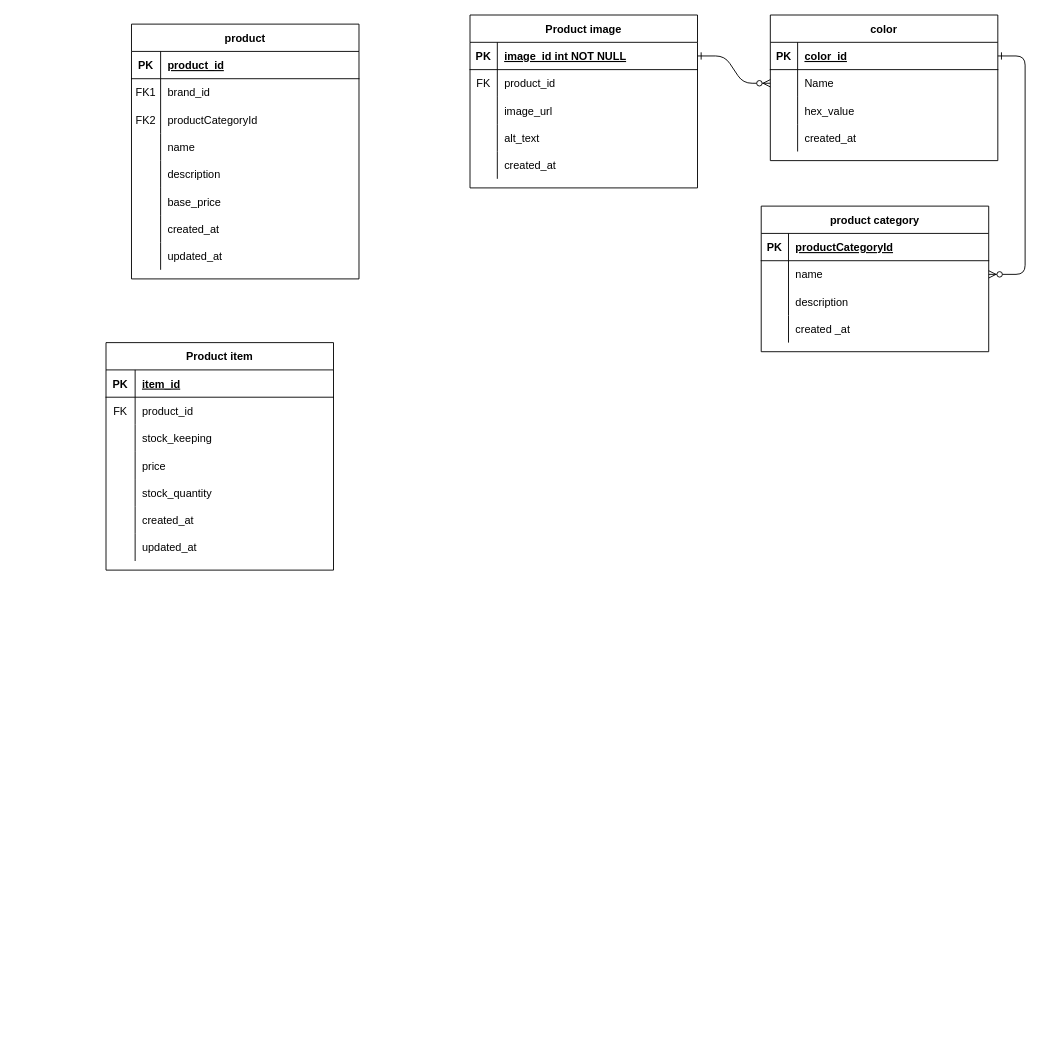
Above: ERD E-Coomerce Group work.drawio in Joy-kitet/E-commerceDatabaseGroup244 (draw.io), before the change. Source tidied: cells renumbered, new cells numbered last; positions are measured from the earlier drawing's top-left corner, leaving out a move shared by most shapes. Both pictures are drawn from the tidied source at 91%, with x=0, y=0 at pixel (106, 15).
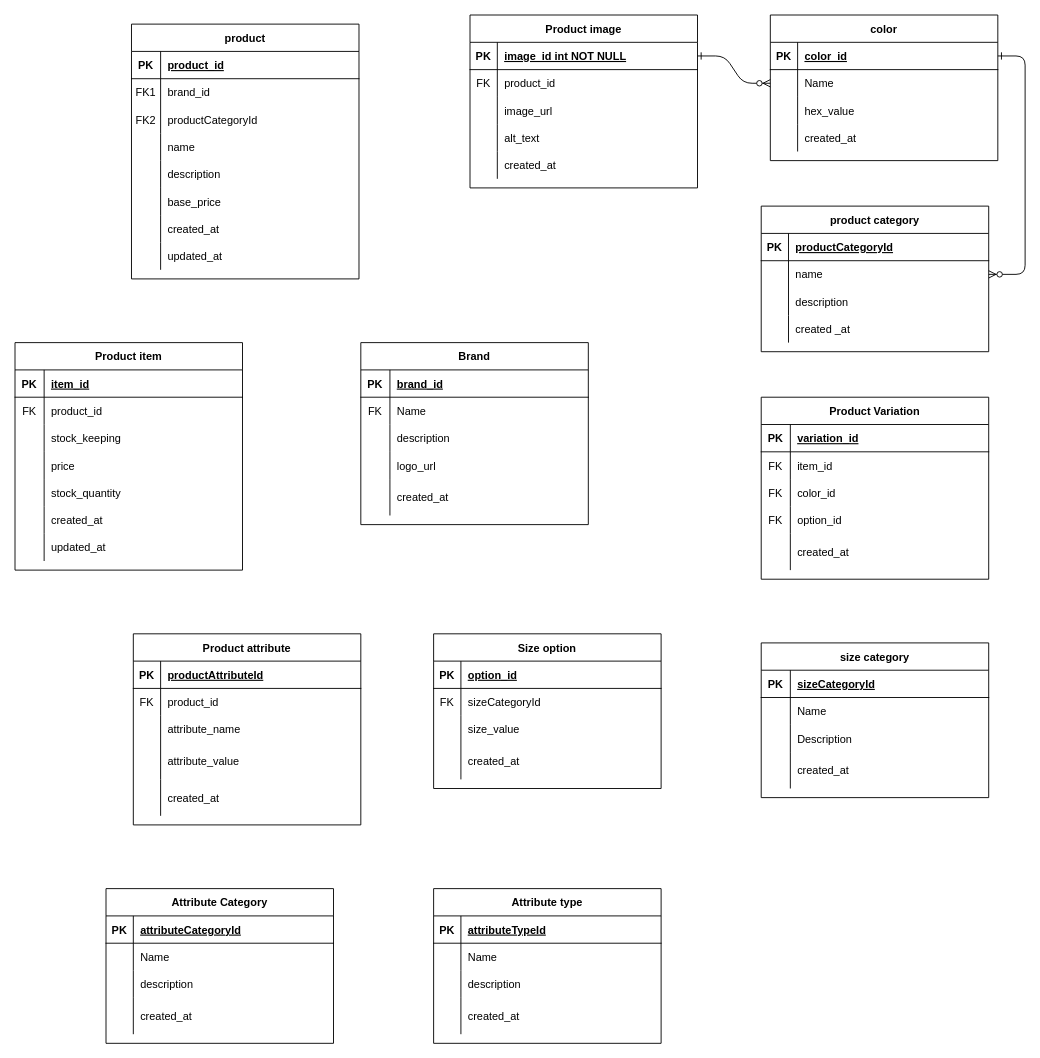
Above is the later version.

The edit, as a diff of the source:
```diff
@@
     <mxCell id="71" value="Product item" style="shape=table;startSize=30;childLayout=tableLayout;rowLines=0;fontStyle=1;align=center;" parent="1" vertex="1">
-      <mxGeometry y="360" width="250" height="250" as="geometry" />
+      <mxGeometry x="-100" y="360" width="250" height="250" as="geometry" />
     </mxCell>
@@
+    <mxCell id="93" value="Brand" style="shape=table;startSize=30;childLayout=tableLayout;rowLines=0;fontStyle=1;align=center;" parent="1" vertex="1">
+      <mxGeometry x="280" y="360" width="250" height="200" as="geometry" />
+    </mxCell>
+    <mxCell id="94" style="shape=partialRectangle;fillColor=none;top=0;left=0;right=0;bottom=1;" parent="93" vertex="1">
+      <mxGeometry y="30" width="250" height="30" as="geometry" />
+    </mxCell>
+    <mxCell id="95" value="PK" style="shape=partialRectangle;overflow=hidden;fillColor=none;top=0;left=0;bottom=0;right=0;fontStyle=1;" parent="94" vertex="1">
+      <mxGeometry width="32" height="30" as="geometry" />
+    </mxCell>
+    <mxCell id="96" value="brand_id" style="shape=partialRectangle;overflow=hidden;fillColor=none;top=0;left=0;bottom=0;right=0;align=left;spacingLeft=6;fontStyle=5;" parent="94" vertex="1">
+      <mxGeometry x="32" width="218" height="30" as="geometry" />
+    </mxCell>
+    <mxCell id="97" style="shape=partialRectangle;fillColor=none;top=0;left=0;right=0;bottom=0;" parent="93" vertex="1">
+      <mxGeometry y="60" width="250" height="30" as="geometry" />
+    </mxCell>
+    <mxCell id="98" value="FK" style="shape=partialRectangle;overflow=hidden;fillColor=none;top=0;left=0;bottom=0;right=0;" parent="97" vertex="1">
+      <mxGeometry width="32" height="30" as="geometry" />
+    </mxCell>
+    <mxCell id="99" value="Name" style="shape=partialRectangle;overflow=hidden;fillColor=none;top=0;left=0;bottom=0;right=0;align=left;spacingLeft=6;" parent="97" vertex="1">
+      <mxGeometry x="32" width="218" height="30" as="geometry" />
+    </mxCell>
+    <mxCell id="100" style="shape=partialRectangle;fillColor=none;top=0;left=0;right=0;bottom=0;" parent="93" vertex="1">
+      <mxGeometry y="90" width="250" height="30" as="geometry" />
+    </mxCell>
+    <mxCell id="101" style="shape=partialRectangle;overflow=hidden;fillColor=none;top=0;left=0;bottom=0;right=0;" parent="100" vertex="1">
+      <mxGeometry width="32" height="30" as="geometry" />
+    </mxCell>
+    <mxCell id="102" value="description" style="shape=partialRectangle;overflow=hidden;fillColor=none;top=0;left=0;bottom=0;right=0;align=left;spacingLeft=6;" parent="100" vertex="1">
+      <mxGeometry x="32" width="218" height="30" as="geometry" />
+    </mxCell>
+    <mxCell id="103" style="shape=partialRectangle;fillColor=none;top=0;left=0;right=0;bottom=0;" parent="93" vertex="1">
+      <mxGeometry y="120" width="250" height="30" as="geometry" />
+    </mxCell>
+    <mxCell id="104" style="shape=partialRectangle;overflow=hidden;fillColor=none;top=0;left=0;bottom=0;right=0;" parent="103" vertex="1">
+      <mxGeometry width="32" height="30" as="geometry" />
+    </mxCell>
+    <mxCell id="105" value="logo_url" style="shape=partialRectangle;overflow=hidden;fillColor=none;top=0;left=0;bottom=0;right=0;align=left;spacingLeft=6;" parent="103" vertex="1">
+      <mxGeometry x="32" width="218" height="30" as="geometry" />
+    </mxCell>
+    <mxCell id="106" style="shape=partialRectangle;fillColor=none;top=0;left=0;right=0;bottom=0;" parent="93" vertex="1">
+      <mxGeometry y="150" width="250" height="40" as="geometry" />
+    </mxCell>
+    <mxCell id="107" style="shape=partialRectangle;overflow=hidden;fillColor=none;top=0;left=0;bottom=0;right=0;" parent="106" vertex="1">
+      <mxGeometry width="32" height="40" as="geometry" />
+    </mxCell>
+    <mxCell id="108" value="created_at" style="shape=partialRectangle;overflow=hidden;fillColor=none;top=0;left=0;bottom=0;right=0;align=left;spacingLeft=6;" parent="106" vertex="1">
+      <mxGeometry x="32" width="218" height="40" as="geometry" />
+    </mxCell>
+    <mxCell id="109" value="Product Variation" style="shape=table;startSize=30;childLayout=tableLayout;rowLines=0;fontStyle=1;align=center;" parent="1" vertex="1">
+      <mxGeometry x="720" y="420" width="250" height="200" as="geometry" />
+    </mxCell>
+    <mxCell id="110" style="shape=partialRectangle;fillColor=none;top=0;left=0;right=0;bottom=1;" parent="109" vertex="1">
+      <mxGeometry y="30" width="250" height="30" as="geometry" />
+    </mxCell>
+    <mxCell id="111" value="PK" style="shape=partialRectangle;overflow=hidden;fillColor=none;top=0;left=0;bottom=0;right=0;fontStyle=1;" parent="110" vertex="1">
+      <mxGeometry width="32" height="30" as="geometry" />
+    </mxCell>
+    <mxCell id="112" value="variation_id" style="shape=partialRectangle;overflow=hidden;fillColor=none;top=0;left=0;bottom=0;right=0;align=left;spacingLeft=6;fontStyle=5;" parent="110" vertex="1">
+      <mxGeometry x="32" width="218" height="30" as="geometry" />
+    </mxCell>
+    <mxCell id="113" style="shape=partialRectangle;fillColor=none;top=0;left=0;right=0;bottom=0;" parent="109" vertex="1">
+      <mxGeometry y="60" width="250" height="30" as="geometry" />
+    </mxCell>
+    <mxCell id="114" value="FK" style="shape=partialRectangle;overflow=hidden;fillColor=none;top=0;left=0;bottom=0;right=0;" parent="113" vertex="1">
+      <mxGeometry width="32" height="30" as="geometry" />
+    </mxCell>
+    <mxCell id="115" value="item_id" style="shape=partialRectangle;overflow=hidden;fillColor=none;top=0;left=0;bottom=0;right=0;align=left;spacingLeft=6;" parent="113" vertex="1">
+      <mxGeometry x="32" width="218" height="30" as="geometry" />
+    </mxCell>
+    <mxCell id="116" style="shape=partialRectangle;fillColor=none;top=0;left=0;right=0;bottom=0;" parent="109" vertex="1">
+      <mxGeometry y="90" width="250" height="30" as="geometry" />
+    </mxCell>
+    <mxCell id="117" value="FK" style="shape=partialRectangle;overflow=hidden;fillColor=none;top=0;left=0;bottom=0;right=0;" parent="116" vertex="1">
+      <mxGeometry width="32" height="30" as="geometry" />
+    </mxCell>
+    <mxCell id="118" value="color_id" style="shape=partialRectangle;overflow=hidden;fillColor=none;top=0;left=0;bottom=0;right=0;align=left;spacingLeft=6;" parent="116" vertex="1">
+      <mxGeometry x="32" width="218" height="30" as="geometry" />
+    </mxCell>
+    <mxCell id="119" style="shape=partialRectangle;fillColor=none;top=0;left=0;right=0;bottom=0;" parent="109" vertex="1">
+      <mxGeometry y="120" width="250" height="30" as="geometry" />
+    </mxCell>
+    <mxCell id="120" value="FK" style="shape=partialRectangle;overflow=hidden;fillColor=none;top=0;left=0;bottom=0;right=0;" parent="119" vertex="1">
+      <mxGeometry width="32" height="30" as="geometry" />
+    </mxCell>
+    <mxCell id="121" value="option_id" style="shape=partialRectangle;overflow=hidden;fillColor=none;top=0;left=0;bottom=0;right=0;align=left;spacingLeft=6;" parent="119" vertex="1">
+      <mxGeometry x="32" width="218" height="30" as="geometry" />
+    </mxCell>
+    <mxCell id="122" style="shape=partialRectangle;fillColor=none;top=0;left=0;right=0;bottom=0;" parent="109" vertex="1">
+      <mxGeometry y="150" width="250" height="40" as="geometry" />
+    </mxCell>
+    <mxCell id="123" style="shape=partialRectangle;overflow=hidden;fillColor=none;top=0;left=0;bottom=0;right=0;" parent="122" vertex="1">
+      <mxGeometry width="32" height="40" as="geometry" />
+    </mxCell>
+    <mxCell id="124" value="created_at" style="shape=partialRectangle;overflow=hidden;fillColor=none;top=0;left=0;bottom=0;right=0;align=left;spacingLeft=6;" parent="122" vertex="1">
+      <mxGeometry x="32" width="218" height="40" as="geometry" />
+    </mxCell>
+    <mxCell id="125" value="size category" style="shape=table;startSize=30;childLayout=tableLayout;rowLines=0;fontStyle=1;align=center;" parent="1" vertex="1">
+      <mxGeometry x="720" y="690" width="250" height="170" as="geometry" />
+    </mxCell>
+    <mxCell id="126" style="shape=partialRectangle;fillColor=none;top=0;left=0;right=0;bottom=1;" parent="125" vertex="1">
+      <mxGeometry y="30" width="250" height="30" as="geometry" />
+    </mxCell>
+    <mxCell id="127" value="PK" style="shape=partialRectangle;overflow=hidden;fillColor=none;top=0;left=0;bottom=0;right=0;fontStyle=1;" parent="126" vertex="1">
+      <mxGeometry width="32" height="30" as="geometry" />
+    </mxCell>
+    <mxCell id="128" value="sizeCategoryId" style="shape=partialRectangle;overflow=hidden;fillColor=none;top=0;left=0;bottom=0;right=0;align=left;spacingLeft=6;fontStyle=5;" parent="126" vertex="1">
+      <mxGeometry x="32" width="218" height="30" as="geometry" />
+    </mxCell>
+    <mxCell id="129" style="shape=partialRectangle;fillColor=none;top=0;left=0;right=0;bottom=0;" parent="125" vertex="1">
+      <mxGeometry y="60" width="250" height="30" as="geometry" />
+    </mxCell>
+    <mxCell id="130" style="shape=partialRectangle;overflow=hidden;fillColor=none;top=0;left=0;bottom=0;right=0;" parent="129" vertex="1">
+      <mxGeometry width="32" height="30" as="geometry" />
+    </mxCell>
+    <mxCell id="131" value="Name" style="shape=partialRectangle;overflow=hidden;fillColor=none;top=0;left=0;bottom=0;right=0;align=left;spacingLeft=6;" parent="129" vertex="1">
+      <mxGeometry x="32" width="218" height="30" as="geometry" />
+    </mxCell>
+    <mxCell id="132" style="shape=partialRectangle;fillColor=none;top=0;left=0;right=0;bottom=0;" parent="125" vertex="1">
+      <mxGeometry y="90" width="250" height="30" as="geometry" />
+    </mxCell>
+    <mxCell id="133" style="shape=partialRectangle;overflow=hidden;fillColor=none;top=0;left=0;bottom=0;right=0;" parent="132" vertex="1">
+      <mxGeometry width="32" height="30" as="geometry" />
+    </mxCell>
+    <mxCell id="134" value="Description" style="shape=partialRectangle;overflow=hidden;fillColor=none;top=0;left=0;bottom=0;right=0;align=left;spacingLeft=6;" parent="132" vertex="1">
+      <mxGeometry x="32" width="218" height="30" as="geometry" />
+    </mxCell>
+    <mxCell id="135" style="shape=partialRectangle;fillColor=none;top=0;left=0;right=0;bottom=0;" parent="125" vertex="1">
+      <mxGeometry y="120" width="250" height="40" as="geometry" />
+    </mxCell>
+    <mxCell id="136" style="shape=partialRectangle;overflow=hidden;fillColor=none;top=0;left=0;bottom=0;right=0;" parent="135" vertex="1">
+      <mxGeometry width="32" height="40" as="geometry" />
+    </mxCell>
+    <mxCell id="137" value="created_at" style="shape=partialRectangle;overflow=hidden;fillColor=none;top=0;left=0;bottom=0;right=0;align=left;spacingLeft=6;" parent="135" vertex="1">
+      <mxGeometry x="32" width="218" height="40" as="geometry" />
+    </mxCell>
+    <mxCell id="138" value="Size option" style="shape=table;startSize=30;childLayout=tableLayout;rowLines=0;fontStyle=1;align=center;" parent="1" vertex="1">
+      <mxGeometry x="360" y="680" width="250" height="170" as="geometry" />
+    </mxCell>
+    <mxCell id="139" style="shape=partialRectangle;fillColor=none;top=0;left=0;right=0;bottom=1;" parent="138" vertex="1">
+      <mxGeometry y="30" width="250" height="30" as="geometry" />
+    </mxCell>
+    <mxCell id="140" value="PK" style="shape=partialRectangle;overflow=hidden;fillColor=none;top=0;left=0;bottom=0;right=0;fontStyle=1;" parent="139" vertex="1">
+      <mxGeometry width="30" height="30" as="geometry" />
+    </mxCell>
+    <mxCell id="141" value="option_id" style="shape=partialRectangle;overflow=hidden;fillColor=none;top=0;left=0;bottom=0;right=0;align=left;spacingLeft=6;fontStyle=5;" parent="139" vertex="1">
+      <mxGeometry x="30" width="220" height="30" as="geometry" />
+    </mxCell>
+    <mxCell id="142" style="shape=partialRectangle;fillColor=none;top=0;left=0;right=0;bottom=0;" parent="138" vertex="1">
+      <mxGeometry y="60" width="250" height="30" as="geometry" />
+    </mxCell>
+    <mxCell id="143" value="FK" style="shape=partialRectangle;overflow=hidden;fillColor=none;top=0;left=0;bottom=0;right=0;" parent="142" vertex="1">
+      <mxGeometry width="30" height="30" as="geometry" />
+    </mxCell>
+    <mxCell id="144" value="sizeCategoryId" style="shape=partialRectangle;overflow=hidden;fillColor=none;top=0;left=0;bottom=0;right=0;align=left;spacingLeft=6;" parent="142" vertex="1">
+      <mxGeometry x="30" width="220" height="30" as="geometry" />
+    </mxCell>
+    <mxCell id="145" style="shape=partialRectangle;fillColor=none;top=0;left=0;right=0;bottom=0;" parent="138" vertex="1">
+      <mxGeometry y="90" width="250" height="30" as="geometry" />
+    </mxCell>
+    <mxCell id="146" style="shape=partialRectangle;overflow=hidden;fillColor=none;top=0;left=0;bottom=0;right=0;" parent="145" vertex="1">
+      <mxGeometry width="30" height="30" as="geometry" />
+    </mxCell>
+    <mxCell id="147" value="size_value" style="shape=partialRectangle;overflow=hidden;fillColor=none;top=0;left=0;bottom=0;right=0;align=left;spacingLeft=6;" parent="145" vertex="1">
+      <mxGeometry x="30" width="220" height="30" as="geometry" />
+    </mxCell>
+    <mxCell id="148" style="shape=partialRectangle;fillColor=none;top=0;left=0;right=0;bottom=0;" parent="138" vertex="1">
+      <mxGeometry y="120" width="250" height="40" as="geometry" />
+    </mxCell>
+    <mxCell id="149" style="shape=partialRectangle;overflow=hidden;fillColor=none;top=0;left=0;bottom=0;right=0;" parent="148" vertex="1">
+      <mxGeometry width="30" height="40" as="geometry" />
+    </mxCell>
+    <mxCell id="150" value="created_at" style="shape=partialRectangle;overflow=hidden;fillColor=none;top=0;left=0;bottom=0;right=0;align=left;spacingLeft=6;" parent="148" vertex="1">
+      <mxGeometry x="30" width="220" height="40" as="geometry" />
+    </mxCell>
+    <mxCell id="151" value="Product attribute" style="shape=table;startSize=30;childLayout=tableLayout;rowLines=0;fontStyle=1;align=center;" parent="1" vertex="1">
+      <mxGeometry x="30" y="680" width="250" height="210" as="geometry" />
+    </mxCell>
+    <mxCell id="152" style="shape=partialRectangle;fillColor=none;top=0;left=0;right=0;bottom=1;" parent="151" vertex="1">
+      <mxGeometry y="30" width="250" height="30" as="geometry" />
+    </mxCell>
+    <mxCell id="153" value="PK" style="shape=partialRectangle;overflow=hidden;fillColor=none;top=0;left=0;bottom=0;right=0;fontStyle=1;" parent="152" vertex="1">
+      <mxGeometry width="30" height="30" as="geometry" />
+    </mxCell>
+    <mxCell id="154" value="productAttributeId" style="shape=partialRectangle;overflow=hidden;fillColor=none;top=0;left=0;bottom=0;right=0;align=left;spacingLeft=6;fontStyle=5;" parent="152" vertex="1">
+      <mxGeometry x="30" width="220" height="30" as="geometry" />
+    </mxCell>
+    <mxCell id="155" style="shape=partialRectangle;fillColor=none;top=0;left=0;right=0;bottom=0;" parent="151" vertex="1">
+      <mxGeometry y="60" width="250" height="30" as="geometry" />
+    </mxCell>
+    <mxCell id="156" value="FK" style="shape=partialRectangle;overflow=hidden;fillColor=none;top=0;left=0;bottom=0;right=0;" parent="155" vertex="1">
+      <mxGeometry width="30" height="30" as="geometry" />
+    </mxCell>
+    <mxCell id="157" value="product_id" style="shape=partialRectangle;overflow=hidden;fillColor=none;top=0;left=0;bottom=0;right=0;align=left;spacingLeft=6;" parent="155" vertex="1">
+      <mxGeometry x="30" width="220" height="30" as="geometry" />
+    </mxCell>
+    <mxCell id="158" style="shape=partialRectangle;fillColor=none;top=0;left=0;right=0;bottom=0;" parent="151" vertex="1">
+      <mxGeometry y="90" width="250" height="30" as="geometry" />
+    </mxCell>
+    <mxCell id="159" style="shape=partialRectangle;overflow=hidden;fillColor=none;top=0;left=0;bottom=0;right=0;" parent="158" vertex="1">
+      <mxGeometry width="30" height="30" as="geometry" />
+    </mxCell>
+    <mxCell id="160" value="attribute_name" style="shape=partialRectangle;overflow=hidden;fillColor=none;top=0;left=0;bottom=0;right=0;align=left;spacingLeft=6;" parent="158" vertex="1">
+      <mxGeometry x="30" width="220" height="30" as="geometry" />
+    </mxCell>
+    <mxCell id="161" style="shape=partialRectangle;fillColor=none;top=0;left=0;right=0;bottom=0;" parent="151" vertex="1">
+      <mxGeometry y="120" width="250" height="40" as="geometry" />
+    </mxCell>
+    <mxCell id="162" style="shape=partialRectangle;overflow=hidden;fillColor=none;top=0;left=0;bottom=0;right=0;" parent="161" vertex="1">
+      <mxGeometry width="30" height="40" as="geometry" />
+    </mxCell>
+    <mxCell id="163" value="attribute_value" style="shape=partialRectangle;overflow=hidden;fillColor=none;top=0;left=0;bottom=0;right=0;align=left;spacingLeft=6;" parent="161" vertex="1">
+      <mxGeometry x="30" width="220" height="40" as="geometry" />
+    </mxCell>
+    <mxCell id="164" style="shape=partialRectangle;fillColor=none;top=0;left=0;right=0;bottom=0;" parent="151" vertex="1">
+      <mxGeometry y="160" width="250" height="40" as="geometry" />
+    </mxCell>
+    <mxCell id="165" style="shape=partialRectangle;overflow=hidden;fillColor=none;top=0;left=0;bottom=0;right=0;" parent="164" vertex="1">
+      <mxGeometry width="30" height="40" as="geometry" />
+    </mxCell>
+    <mxCell id="166" value="created_at" style="shape=partialRectangle;overflow=hidden;fillColor=none;top=0;left=0;bottom=0;right=0;align=left;spacingLeft=6;" parent="164" vertex="1">
+      <mxGeometry x="30" width="220" height="40" as="geometry" />
+    </mxCell>
+    <mxCell id="167" value="Attribute Category" style="shape=table;startSize=30;childLayout=tableLayout;rowLines=0;fontStyle=1;align=center;" parent="1" vertex="1">
+      <mxGeometry y="960" width="250" height="170" as="geometry" />
+    </mxCell>
+    <mxCell id="168" style="shape=partialRectangle;fillColor=none;top=0;left=0;right=0;bottom=1;" parent="167" vertex="1">
+      <mxGeometry y="30" width="250" height="30" as="geometry" />
+    </mxCell>
+    <mxCell id="169" value="PK" style="shape=partialRectangle;overflow=hidden;fillColor=none;top=0;left=0;bottom=0;right=0;fontStyle=1;" parent="168" vertex="1">
+      <mxGeometry width="30" height="30" as="geometry" />
+    </mxCell>
+    <mxCell id="170" value="attributeCategoryId" style="shape=partialRectangle;overflow=hidden;fillColor=none;top=0;left=0;bottom=0;right=0;align=left;spacingLeft=6;fontStyle=5;" parent="168" vertex="1">
+      <mxGeometry x="30" width="220" height="30" as="geometry" />
+    </mxCell>
+    <mxCell id="171" style="shape=partialRectangle;fillColor=none;top=0;left=0;right=0;bottom=0;" parent="167" vertex="1">
+      <mxGeometry y="60" width="250" height="30" as="geometry" />
+    </mxCell>
+    <mxCell id="172" style="shape=partialRectangle;overflow=hidden;fillColor=none;top=0;left=0;bottom=0;right=0;" parent="171" vertex="1">
+      <mxGeometry width="30" height="30" as="geometry" />
+    </mxCell>
+    <mxCell id="173" value="Name" style="shape=partialRectangle;overflow=hidden;fillColor=none;top=0;left=0;bottom=0;right=0;align=left;spacingLeft=6;" parent="171" vertex="1">
+      <mxGeometry x="30" width="220" height="30" as="geometry" />
+    </mxCell>
+    <mxCell id="174" style="shape=partialRectangle;fillColor=none;top=0;left=0;right=0;bottom=0;" parent="167" vertex="1">
+      <mxGeometry y="90" width="250" height="30" as="geometry" />
+    </mxCell>
+    <mxCell id="175" style="shape=partialRectangle;overflow=hidden;fillColor=none;top=0;left=0;bottom=0;right=0;" parent="174" vertex="1">
+      <mxGeometry width="30" height="30" as="geometry" />
+    </mxCell>
+    <mxCell id="176" value="description" style="shape=partialRectangle;overflow=hidden;fillColor=none;top=0;left=0;bottom=0;right=0;align=left;spacingLeft=6;" parent="174" vertex="1">
+      <mxGeometry x="30" width="220" height="30" as="geometry" />
+    </mxCell>
+    <mxCell id="177" style="shape=partialRectangle;fillColor=none;top=0;left=0;right=0;bottom=0;" parent="167" vertex="1">
+      <mxGeometry y="120" width="250" height="40" as="geometry" />
+    </mxCell>
+    <mxCell id="178" style="shape=partialRectangle;overflow=hidden;fillColor=none;top=0;left=0;bottom=0;right=0;" parent="177" vertex="1">
+      <mxGeometry width="30" height="40" as="geometry" />
+    </mxCell>
+    <mxCell id="179" value="created_at" style="shape=partialRectangle;overflow=hidden;fillColor=none;top=0;left=0;bottom=0;right=0;align=left;spacingLeft=6;" parent="177" vertex="1">
+      <mxGeometry x="30" width="220" height="40" as="geometry" />
+    </mxCell>
+    <mxCell id="180" value="Attribute type" style="shape=table;startSize=30;childLayout=tableLayout;rowLines=0;fontStyle=1;align=center;" parent="1" vertex="1">
+      <mxGeometry x="360" y="960" width="250" height="170" as="geometry" />
+    </mxCell>
+    <mxCell id="181" style="shape=partialRectangle;fillColor=none;top=0;left=0;right=0;bottom=1;" parent="180" vertex="1">
+      <mxGeometry y="30" width="250" height="30" as="geometry" />
+    </mxCell>
+    <mxCell id="182" value="PK" style="shape=partialRectangle;overflow=hidden;fillColor=none;top=0;left=0;bottom=0;right=0;fontStyle=1;" parent="181" vertex="1">
+      <mxGeometry width="30" height="30" as="geometry" />
+    </mxCell>
+    <mxCell id="183" value="attributeTypeId" style="shape=partialRectangle;overflow=hidden;fillColor=none;top=0;left=0;bottom=0;right=0;align=left;spacingLeft=6;fontStyle=5;" parent="181" vertex="1">
+      <mxGeometry x="30" width="220" height="30" as="geometry" />
+    </mxCell>
+    <mxCell id="184" style="shape=partialRectangle;fillColor=none;top=0;left=0;right=0;bottom=0;" parent="180" vertex="1">
+      <mxGeometry y="60" width="250" height="30" as="geometry" />
+    </mxCell>
+    <mxCell id="185" style="shape=partialRectangle;overflow=hidden;fillColor=none;top=0;left=0;bottom=0;right=0;" parent="184" vertex="1">
+      <mxGeometry width="30" height="30" as="geometry" />
+    </mxCell>
+    <mxCell id="186" value="Name" style="shape=partialRectangle;overflow=hidden;fillColor=none;top=0;left=0;bottom=0;right=0;align=left;spacingLeft=6;" parent="184" vertex="1">
+      <mxGeometry x="30" width="220" height="30" as="geometry" />
+    </mxCell>
+    <mxCell id="187" style="shape=partialRectangle;fillColor=none;top=0;left=0;right=0;bottom=0;" parent="180" vertex="1">
+      <mxGeometry y="90" width="250" height="30" as="geometry" />
+    </mxCell>
+    <mxCell id="188" style="shape=partialRectangle;overflow=hidden;fillColor=none;top=0;left=0;bottom=0;right=0;" parent="187" vertex="1">
+      <mxGeometry width="30" height="30" as="geometry" />
+    </mxCell>
+    <mxCell id="189" value="description" style="shape=partialRectangle;overflow=hidden;fillColor=none;top=0;left=0;bottom=0;right=0;align=left;spacingLeft=6;" parent="187" vertex="1">
+      <mxGeometry x="30" width="220" height="30" as="geometry" />
+    </mxCell>
+    <mxCell id="190" style="shape=partialRectangle;fillColor=none;top=0;left=0;right=0;bottom=0;" parent="180" vertex="1">
+      <mxGeometry y="120" width="250" height="40" as="geometry" />
+    </mxCell>
+    <mxCell id="191" style="shape=partialRectangle;overflow=hidden;fillColor=none;top=0;left=0;bottom=0;right=0;" parent="190" vertex="1">
+      <mxGeometry width="30" height="40" as="geometry" />
+    </mxCell>
+    <mxCell id="192" value="created_at" style="shape=partialRectangle;overflow=hidden;fillColor=none;top=0;left=0;bottom=0;right=0;align=left;spacingLeft=6;" parent="190" vertex="1">
+      <mxGeometry x="30" width="220" height="40" as="geometry" />
+    </mxCell>
```
